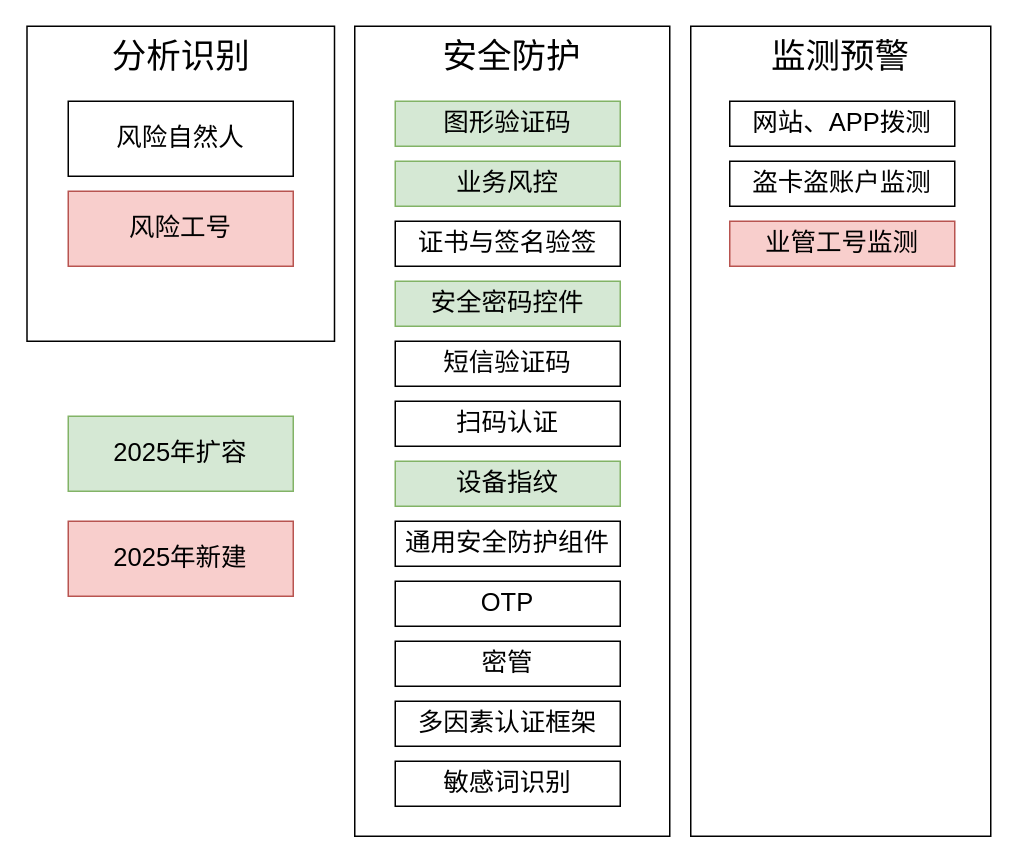
This is page "业务安全" (5 of 5) of 2024安全技术能力全景图.drawio from razor/1102_decoration, a draw.io file, before an edit. Source tidied: cells renumbered, new cells numbered last; positions are measured from the earlier drawing's top-left corner, leaving out a move shared by most shapes. Both pictures are drawn from the tidied source at 150%, with x=0, y=0 at pixel (27, 26).
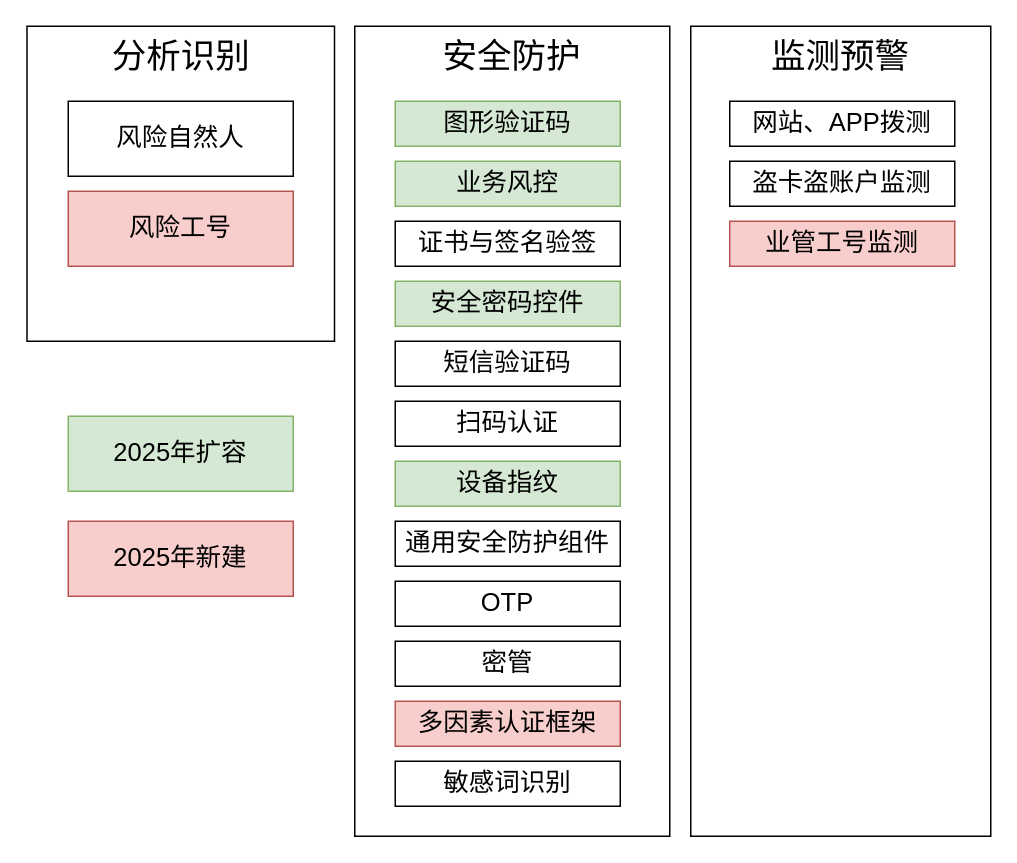
The same page after the edit.

The edit, as a diff of the source:
```diff
@@
-    <mxCell id="14" value="&lt;font style=&quot;font-size: 17px;&quot;&gt;多因素认证框架&lt;/font&gt;" style="rounded=0;whiteSpace=wrap;html=1;fontStyle=0;" parent="1" vertex="1">
+    <mxCell id="14" value="&lt;font style=&quot;font-size: 17px;&quot;&gt;多因素认证框架&lt;/font&gt;" style="rounded=0;whiteSpace=wrap;html=1;fontStyle=0;fillColor=#f8cecc;strokeColor=#b85450;" parent="1" vertex="1">
       <mxGeometry x="245" y="450" width="150" height="30" as="geometry" />
     </mxCell>
```
